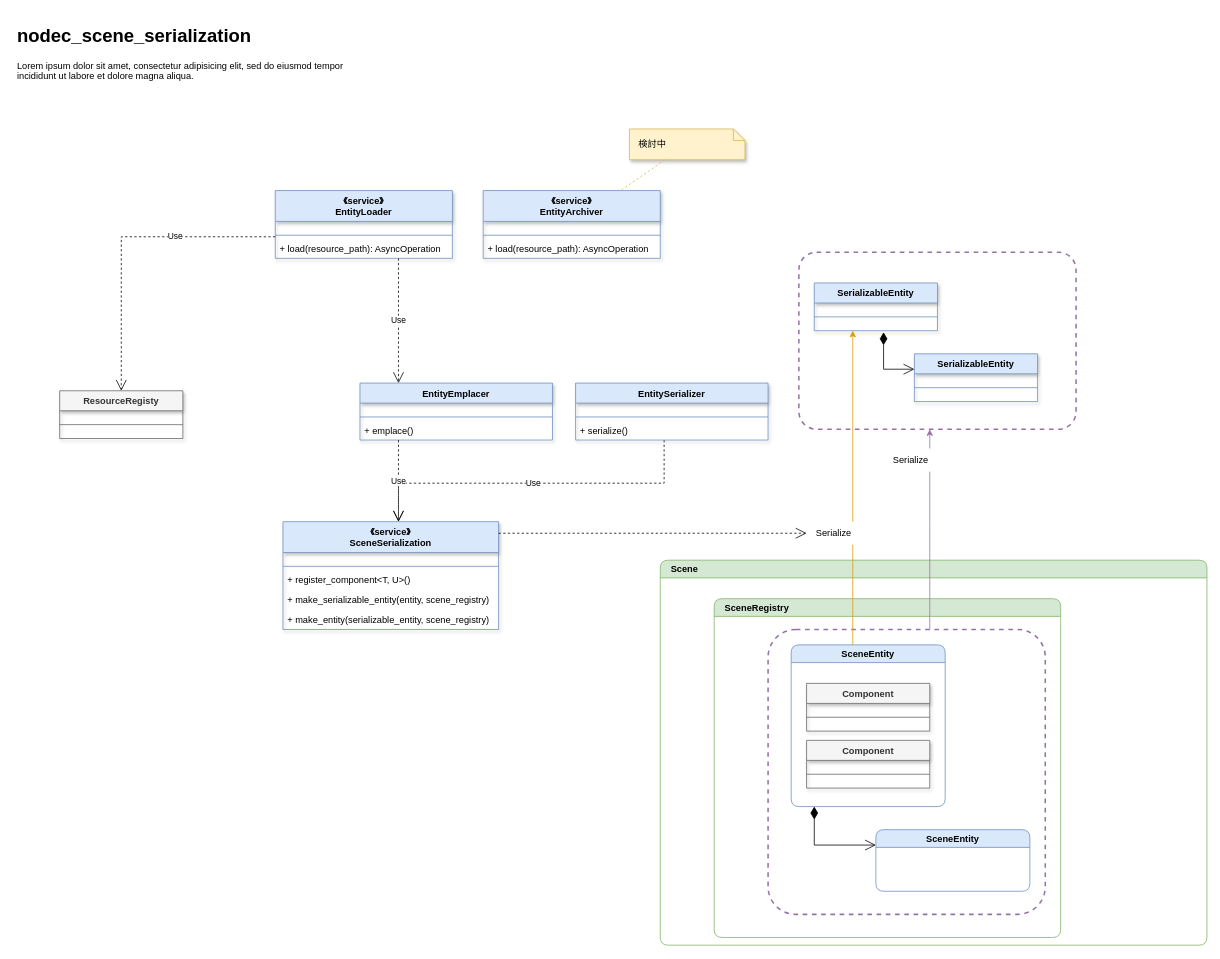
This is page "ページ1" (1 of 3) of modules/nodec_scene_serialization/docs/note.drawio from nodec-project/nodec, a draw.io file, before an edit. Source tidied: cells renumbered, new cells numbered last; positions are measured from the earlier drawing's top-left corner, leaving out a move shared by most shapes. Both pictures are drawn from the tidied source at 77%, with x=0, y=0 at pixel (13, 21).
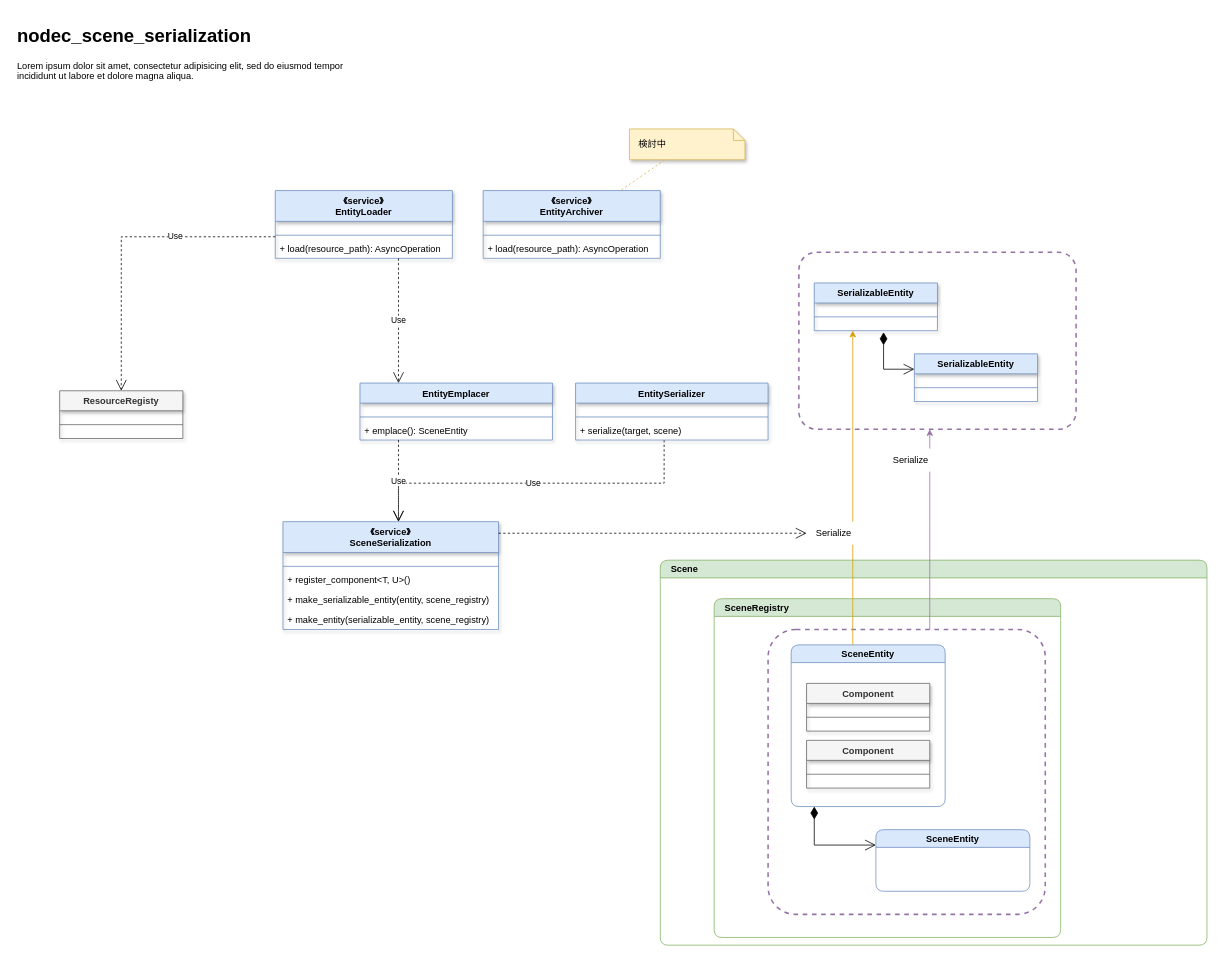
The same page after the edit.

The change refers to these unchanged cells:
```xml
<mxCell id="16" value="EntityEmplacer" style="swimlane;fontStyle=1;align=center;verticalAlign=top;horizontal=1;startSize=26;fillColor=#dae8fc;strokeColor=#6c8ebf;shadow=1;" parent="1" vertex="1">
  <mxGeometry x="450" y="470" width="250" height="74" as="geometry" />
</mxCell>
<mxCell id="53" value="EntitySerializer" style="swimlane;fontStyle=1;align=center;verticalAlign=top;horizontal=1;startSize=26;fillColor=#dae8fc;strokeColor=#6c8ebf;shadow=1;" parent="1" vertex="1">
  <mxGeometry x="730" y="470" width="250" height="74" as="geometry" />
</mxCell>
```

Diff of the diagram source:
```diff
@@
-    <mxCell id="19" value="+ emplace()" style="text;strokeColor=none;fillColor=none;align=left;verticalAlign=top;rounded=0;shadow=1;spacingLeft=4;spacingRight=4;" parent="16" vertex="1">
+    <mxCell id="19" value="+ emplace(): SceneEntity" style="text;strokeColor=none;fillColor=none;align=left;verticalAlign=top;rounded=0;shadow=1;spacingLeft=4;spacingRight=4;" parent="16" vertex="1">
       <mxGeometry y="48" width="250" height="26" as="geometry" />
     </mxCell>
@@
-    <mxCell id="56" value="+ serialize()" style="text;strokeColor=none;fillColor=none;align=left;verticalAlign=top;rounded=0;shadow=1;spacingLeft=4;spacingRight=4;" parent="53" vertex="1">
+    <mxCell id="56" value="+ serialize(target, scene)" style="text;strokeColor=none;fillColor=none;align=left;verticalAlign=top;rounded=0;shadow=1;spacingLeft=4;spacingRight=4;" parent="53" vertex="1">
       <mxGeometry y="48" width="250" height="26" as="geometry" />
     </mxCell>
```
